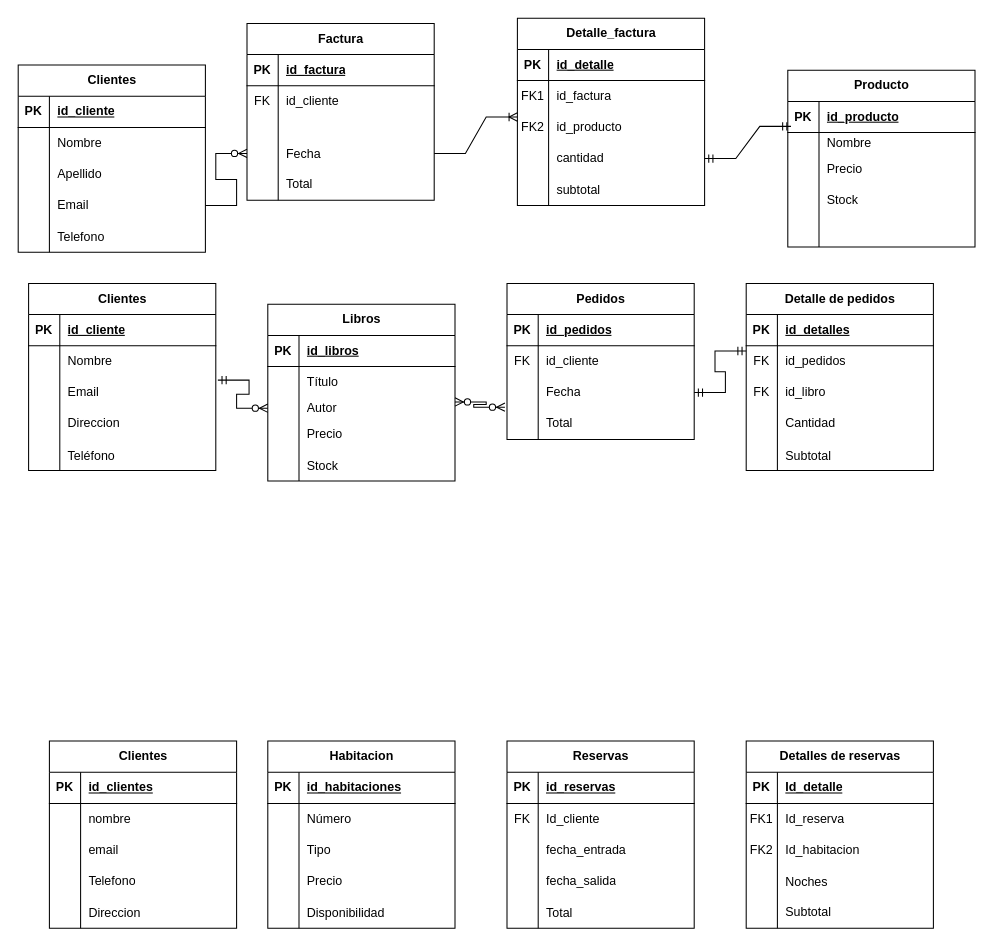
Before: Diagrama sin título.drawio in paulacersofios/ARQUITECTURA, a draw.io diagram. Source tidied: cells renumbered, new cells numbered last; positions are measured from the earlier drawing's top-left corner, leaving out a move shared by most shapes. Both pictures are drawn from the tidied source at 104%, with x=0, y=0 at pixel (18, 18).
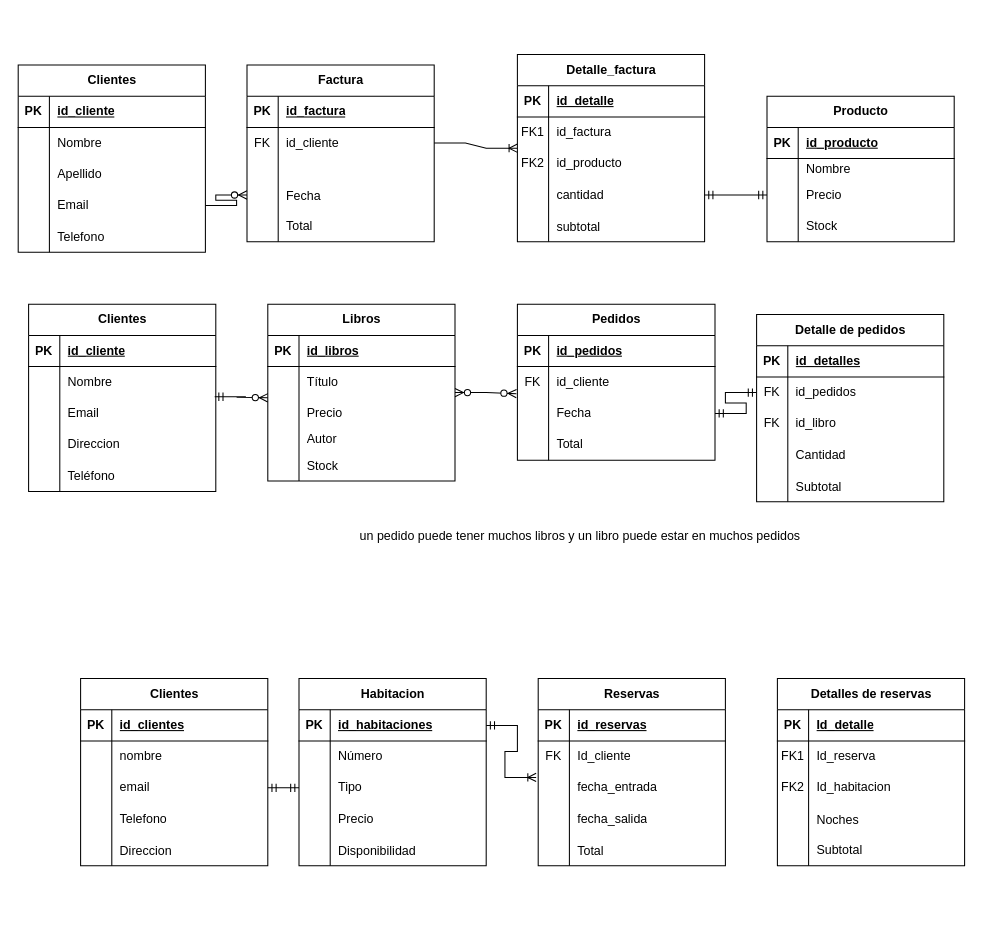
Above is the later version.

The change refers to these unchanged cells:
```xml
<mxCell id="2" value="Clientes" style="shape=table;startSize=30;childLayout=tableLayout;rowLines=0;fontStyle=1;align=center;html=1;" parent="1" vertex="1">
  <mxGeometry y="45" width="180" height="180" as="geometry" />
</mxCell>
<mxCell id="12" style="shape=tableRow;horizontal=0;startSize=0;swimlaneHead=0;swimlaneBody=0;fillColor=none;points=[[0,0.5],[1,0.5]];portConstraint=eastwest;top=0;left=0;right=0;bottom=0;" parent="2" vertex="1">
  <mxGeometry y="120" width="180" height="30" as="geometry" />
</mxCell>
<mxCell id="19" style="shape=tableRow;horizontal=0;startSize=0;swimlaneHead=0;swimlaneBody=0;fillColor=none;points=[[0,0.5],[1,0.5]];portConstraint=eastwest;top=0;left=0;right=0;bottom=1;" parent="18" vertex="1">
  <mxGeometry y="30" width="180" height="30" as="geometry" />
</mxCell>
<mxCell id="25" style="shape=tableRow;horizontal=0;startSize=0;swimlaneHead=0;swimlaneBody=0;fillColor=none;points=[[0,0.5],[1,0.5]];portConstraint=eastwest;top=0;left=0;right=0;bottom=0;" parent="18" vertex="1">
  <mxGeometry y="80" width="180" height="30" as="geometry" />
</mxCell>
<mxCell id="38" style="shape=tableRow;horizontal=0;startSize=0;swimlaneHead=0;swimlaneBody=0;fillColor=none;points=[[0,0.5],[1,0.5]];portConstraint=eastwest;top=0;left=0;right=0;bottom=0;" parent="34" vertex="1">
  <mxGeometry y="60" width="180" height="30" as="geometry" />
</mxCell>
<mxCell id="44" style="shape=tableRow;horizontal=0;startSize=0;swimlaneHead=0;swimlaneBody=0;fillColor=none;points=[[0,0.5],[1,0.5]];portConstraint=eastwest;top=0;left=0;right=0;bottom=0;" parent="34" vertex="1">
  <mxGeometry y="110" width="180" height="30" as="geometry" />
</mxCell>
<mxCell id="60" style="shape=tableRow;horizontal=0;startSize=0;swimlaneHead=0;swimlaneBody=0;fillColor=none;points=[[0,0.5],[1,0.5]];portConstraint=eastwest;top=0;left=0;right=0;bottom=0;" parent="50" vertex="1">
  <mxGeometry y="120" width="180" height="30" as="geometry" />
</mxCell>
<mxCell id="70" style="shape=tableRow;horizontal=0;startSize=0;swimlaneHead=0;swimlaneBody=0;fillColor=none;points=[[0,0.5],[1,0.5]];portConstraint=eastwest;top=0;left=0;right=0;bottom=0;" parent="66" vertex="1">
  <mxGeometry y="60" width="180" height="30" as="geometry" />
</mxCell>
<mxCell id="95" value="Libros" style="shape=table;startSize=30;childLayout=tableLayout;rowLines=0;fontStyle=1;align=center;html=1;" parent="1" vertex="1">
  <mxGeometry x="240" y="275" width="180" height="170" as="geometry" />
</mxCell>
<mxCell id="118" style="shape=tableRow;horizontal=0;startSize=0;swimlaneHead=0;swimlaneBody=0;fillColor=none;points=[[0,0.5],[1,0.5]];portConstraint=eastwest;top=0;left=0;right=0;bottom=0;" parent="111" vertex="1">
  <mxGeometry y="90" width="180" height="30" as="geometry" />
</mxCell>
<mxCell id="153" style="shape=tableRow;horizontal=0;startSize=0;swimlaneHead=0;swimlaneBody=0;fillColor=none;points=[[0,0.5],[1,0.5]];portConstraint=eastwest;top=0;left=0;right=0;bottom=0;" parent="146" vertex="1">
  <mxGeometry y="90" width="180" height="30" as="geometry" />
</mxCell>
<mxCell id="169" style="shape=tableRow;horizontal=0;startSize=0;swimlaneHead=0;swimlaneBody=0;fillColor=none;points=[[0,0.5],[1,0.5]];portConstraint=eastwest;top=0;left=0;right=0;bottom=0;" parent="162" vertex="1">
  <mxGeometry y="90" width="180" height="30" as="geometry" />
</mxCell>
<mxCell id="185" style="shape=tableRow;horizontal=0;startSize=0;swimlaneHead=0;swimlaneBody=0;fillColor=none;points=[[0,0.5],[1,0.5]];portConstraint=eastwest;top=0;left=0;right=0;bottom=0;" parent="178" vertex="1">
  <mxGeometry y="90" width="180" height="30" as="geometry" />
</mxCell>
```

Change to the diagram source:
```diff
@@
     <mxCell id="18" value="Producto" style="shape=table;startSize=30;childLayout=tableLayout;rowLines=0;fontStyle=1;align=center;html=1;" parent="1" vertex="1">
-      <mxGeometry x="740" y="50" width="180" height="170" as="geometry" />
+      <mxGeometry x="720" y="75" width="180" height="140" as="geometry" />
     </mxCell>
@@
-    <mxCell id="31" style="shape=tableRow;horizontal=0;startSize=0;swimlaneHead=0;swimlaneBody=0;fillColor=none;top=0;left=0;right=0;bottom=0;" parent="18" vertex="1">
-      <mxGeometry y="140" width="180" height="30" as="geometry" />
-    </mxCell>
-    <mxCell id="32" style="shape=partialRectangle;fillColor=none;top=0;left=0;bottom=0;right=0;overflow=hidden;" parent="31" vertex="1">
-      <mxGeometry width="30" height="30" as="geometry" />
-    </mxCell>
-    <mxCell id="33" style="shape=partialRectangle;fillColor=none;top=0;left=0;bottom=0;right=0;align=left;spacingLeft=6;overflow=hidden;" parent="31" vertex="1">
-      <mxGeometry x="30" width="150" height="30" as="geometry" />
-    </mxCell>
     <mxCell id="34" value="Factura" style="shape=table;startSize=30;childLayout=tableLayout;rowLines=0;fontStyle=1;align=center;html=1;" parent="1" vertex="1">
-      <mxGeometry x="220" y="5" width="180" height="170" as="geometry" />
+      <mxGeometry x="220" y="45" width="180" height="170" as="geometry" />
     </mxCell>
@@
     <mxCell id="50" value="Detalle_factura" style="shape=table;startSize=30;childLayout=tableLayout;rowLines=0;fontStyle=1;align=center;html=1;" parent="1" vertex="1">
-      <mxGeometry x="480" width="180" height="180" as="geometry" />
+      <mxGeometry x="480" y="35" width="180" height="180" as="geometry" />
     </mxCell>
@@
     <mxCell id="66" value="Detalle de pedidos" style="shape=table;startSize=30;childLayout=tableLayout;rowLines=0;fontStyle=1;align=center;html=1;" parent="1" vertex="1">
-      <mxGeometry x="700" y="255" width="180" height="180" as="geometry" />
+      <mxGeometry x="710" y="285" width="180" height="180" as="geometry" />
     </mxCell>
@@
     <mxCell id="82" value="Pedidos" style="shape=table;startSize=30;childLayout=tableLayout;rowLines=0;fontStyle=1;align=center;html=1;" parent="1" vertex="1">
-      <mxGeometry x="470" y="255" width="180" height="150" as="geometry" />
+      <mxGeometry x="480" y="275" width="190" height="150" as="geometry" />
     </mxCell>
     <mxCell id="83" style="shape=tableRow;horizontal=0;startSize=0;swimlaneHead=0;swimlaneBody=0;fillColor=none;top=0;left=0;right=0;bottom=1;" parent="82" vertex="1">
-      <mxGeometry y="30" width="180" height="30" as="geometry" />
+      <mxGeometry y="30" width="190" height="30" as="geometry" />
     </mxCell>
@@
     <mxCell id="85" value="id_pedidos" style="shape=partialRectangle;fillColor=none;top=0;left=0;bottom=0;right=0;align=left;spacingLeft=6;fontStyle=5;overflow=hidden;whiteSpace=wrap;html=1;" parent="83" vertex="1">
-      <mxGeometry x="30" width="150" height="30" as="geometry" />
+      <mxGeometry x="30" width="160" height="30" as="geometry" />
     </mxCell>
     <mxCell id="86" style="shape=tableRow;horizontal=0;startSize=0;swimlaneHead=0;swimlaneBody=0;fillColor=none;points=[[0,0.5],[1,0.5]];portConstraint=eastwest;top=0;left=0;right=0;bottom=0;" parent="82" vertex="1">
-      <mxGeometry y="60" width="180" height="30" as="geometry" />
+      <mxGeometry y="60" width="190" height="30" as="geometry" />
     </mxCell>
@@
     <mxCell id="88" value="id_cliente" style="shape=partialRectangle;fillColor=none;top=0;left=0;bottom=0;right=0;align=left;spacingLeft=6;overflow=hidden;whiteSpace=wrap;html=1;" parent="86" vertex="1">
-      <mxGeometry x="30" width="150" height="30" as="geometry" />
+      <mxGeometry x="30" width="160" height="30" as="geometry" />
     </mxCell>
     <mxCell id="89" style="shape=tableRow;horizontal=0;startSize=0;swimlaneHead=0;swimlaneBody=0;fillColor=none;points=[[0,0.5],[1,0.5]];portConstraint=eastwest;top=0;left=0;right=0;bottom=0;" parent="82" vertex="1">
-      <mxGeometry y="90" width="180" height="30" as="geometry" />
+      <mxGeometry y="90" width="190" height="30" as="geometry" />
     </mxCell>
@@
     <mxCell id="91" value="Fecha" style="shape=partialRectangle;fillColor=none;top=0;left=0;bottom=0;right=0;align=left;spacingLeft=6;overflow=hidden;whiteSpace=wrap;html=1;" parent="89" vertex="1">
-      <mxGeometry x="30" width="150" height="30" as="geometry" />
+      <mxGeometry x="30" width="160" height="30" as="geometry" />
     </mxCell>
     <mxCell id="92" style="shape=tableRow;horizontal=0;startSize=0;swimlaneHead=0;swimlaneBody=0;fillColor=none;points=[[0,0.5],[1,0.5]];portConstraint=eastwest;top=0;left=0;right=0;bottom=0;" parent="82" vertex="1">
-      <mxGeometry y="120" width="180" height="30" as="geometry" />
+      <mxGeometry y="120" width="190" height="30" as="geometry" />
     </mxCell>
@@
     <mxCell id="94" value="Total" style="shape=partialRectangle;fillColor=none;top=0;left=0;bottom=0;right=0;align=left;spacingLeft=6;overflow=hidden;whiteSpace=wrap;html=1;" parent="92" vertex="1">
-      <mxGeometry x="30" width="150" height="30" as="geometry" />
+      <mxGeometry x="30" width="160" height="30" as="geometry" />
     </mxCell>
@@
+    <mxCell id="105" style="shape=tableRow;horizontal=0;startSize=0;swimlaneHead=0;swimlaneBody=0;fillColor=none;top=0;left=0;right=0;bottom=0;" parent="95" vertex="1">
+      <mxGeometry y="90" width="180" height="30" as="geometry" />
+    </mxCell>
+    <mxCell id="106" style="shape=partialRectangle;fillColor=none;top=0;left=0;bottom=0;right=0;overflow=hidden;whiteSpace=wrap;html=1;" parent="105" vertex="1">
+      <mxGeometry width="30" height="30" as="geometry" />
+    </mxCell>
+    <mxCell id="107" value="Precio" style="shape=partialRectangle;fillColor=none;top=0;left=0;bottom=0;right=0;align=left;spacingLeft=6;overflow=hidden;whiteSpace=wrap;html=1;" parent="105" vertex="1">
+      <mxGeometry x="30" width="150" height="30" as="geometry" />
+    </mxCell>
     <mxCell id="102" style="shape=tableRow;horizontal=0;startSize=0;swimlaneHead=0;swimlaneBody=0;fillColor=none;points=[[0,0.5],[1,0.5]];portConstraint=eastwest;top=0;left=0;right=0;bottom=0;" parent="95" vertex="1">
-      <mxGeometry y="90" width="180" height="20" as="geometry" />
+      <mxGeometry y="120" width="180" height="20" as="geometry" />
     </mxCell>
@@
-    <mxCell id="105" style="shape=tableRow;horizontal=0;startSize=0;swimlaneHead=0;swimlaneBody=0;fillColor=none;top=0;left=0;right=0;bottom=0;" parent="95" vertex="1">
-      <mxGeometry y="110" width="180" height="30" as="geometry" />
-    </mxCell>
-    <mxCell id="106" style="shape=partialRectangle;fillColor=none;top=0;left=0;bottom=0;right=0;overflow=hidden;whiteSpace=wrap;html=1;" parent="105" vertex="1">
-      <mxGeometry width="30" height="30" as="geometry" />
-    </mxCell>
-    <mxCell id="107" value="Precio" style="shape=partialRectangle;fillColor=none;top=0;left=0;bottom=0;right=0;align=left;spacingLeft=6;overflow=hidden;whiteSpace=wrap;html=1;" parent="105" vertex="1">
-      <mxGeometry x="30" width="150" height="30" as="geometry" />
-    </mxCell>
@@
     <mxCell id="111" value="Clientes" style="shape=table;startSize=30;childLayout=tableLayout;rowLines=0;fontStyle=1;align=center;html=1;" parent="1" vertex="1">
-      <mxGeometry x="10" y="255" width="180" height="180" as="geometry" />
+      <mxGeometry x="10" y="275" width="180" height="180" as="geometry" />
     </mxCell>
@@
-    <mxCell id="127" style="edgeStyle=entityRelationEdgeStyle;fontSize=12;html=1;endArrow=ERzeroToMany;startArrow=ERmandOne;rounded=0;exitX=1.011;exitY=0.1;exitDx=0;exitDy=0;exitPerimeter=0;entryX=0;entryY=0.5;entryDx=0;entryDy=0;" parent="1" edge="1" source="118" target="102">
-      <mxGeometry relative="1" as="geometry" />
+    <mxCell id="127" style="edgeStyle=entityRelationEdgeStyle;fontSize=12;html=1;endArrow=ERzeroToMany;startArrow=ERmandOne;rounded=0;exitX=0.994;exitY=-0.033;exitDx=0;exitDy=0;exitPerimeter=0;" parent="1" edge="1" source="118">
+      <mxGeometry relative="1" as="geometry">
+        <mxPoint x="240" y="365" as="targetPoint" />
+      </mxGeometry>
     </mxCell>
-    <mxCell id="128" style="edgeStyle=entityRelationEdgeStyle;fontSize=12;html=1;endArrow=ERzeroToMany;endFill=1;startArrow=ERzeroToMany;rounded=0;exitX=1;exitY=0.2;exitDx=0;exitDy=0;exitPerimeter=0;entryX=-0.011;entryY=-0.033;entryDx=0;entryDy=0;entryPerimeter=0;" parent="1" edge="1" source="102" target="92">
+    <mxCell id="128" style="edgeStyle=entityRelationEdgeStyle;fontSize=12;html=1;endArrow=ERzeroToMany;endFill=1;startArrow=ERzeroToMany;rounded=0;entryX=-0.005;entryY=0.867;entryDx=0;entryDy=0;entryPerimeter=0;exitX=1;exitY=0.5;exitDx=0;exitDy=0;" parent="1" edge="1" source="95" target="86">
       <mxGeometry relative="1" as="geometry" />
     </mxCell>
-    <mxCell id="129" style="edgeStyle=entityRelationEdgeStyle;fontSize=12;html=1;endArrow=ERmandOne;startArrow=ERmandOne;rounded=0;exitX=1;exitY=0.5;exitDx=0;exitDy=0;" parent="1" edge="1" source="89">
+    <mxCell id="129" style="edgeStyle=entityRelationEdgeStyle;fontSize=12;html=1;endArrow=ERmandOne;startArrow=ERmandOne;rounded=0;exitX=1;exitY=0.5;exitDx=0;exitDy=0;entryX=0;entryY=0.5;entryDx=0;entryDy=0;" parent="1" edge="1" source="89" target="70">
       <mxGeometry relative="1" as="geometry">
-        <mxPoint x="700" y="320" as="targetPoint" />
         <Array as="points">
           <mxPoint x="650" y="355" />
           <mxPoint x="640" y="325" />
         </Array>
       </mxGeometry>
     </mxCell>
     <mxCell id="130" value="Detalles de reservas" style="shape=table;startSize=30;childLayout=tableLayout;rowLines=0;fontStyle=1;align=center;html=1;" parent="1" vertex="1">
-      <mxGeometry x="700" y="695" width="180" height="180" as="geometry" />
+      <mxGeometry x="730" y="635" width="180" height="180" as="geometry" />
     </mxCell>
@@
     <mxCell id="146" value="Habitacion" style="shape=table;startSize=30;childLayout=tableLayout;rowLines=0;fontStyle=1;align=center;html=1;" parent="1" vertex="1">
-      <mxGeometry x="240" y="695" width="180" height="180" as="geometry" />
+      <mxGeometry x="270" y="635" width="180" height="180" as="geometry" />
     </mxCell>
@@
     <mxCell id="162" value="Clientes" style="shape=table;startSize=30;childLayout=tableLayout;rowLines=0;fontStyle=1;align=center;html=1;" parent="1" vertex="1">
-      <mxGeometry x="30" y="695" width="180" height="180" as="geometry" />
+      <mxGeometry x="60" y="635" width="180" height="180" as="geometry" />
     </mxCell>
@@
     <mxCell id="178" value="Reservas" style="shape=table;startSize=30;childLayout=tableLayout;rowLines=0;fontStyle=1;align=center;html=1;" parent="1" vertex="1">
-      <mxGeometry x="470" y="695" width="180" height="180" as="geometry" />
+      <mxGeometry x="500" y="635" width="180" height="180" as="geometry" />
     </mxCell>
@@
-    <mxCell id="194" style="edgeStyle=entityRelationEdgeStyle;fontSize=12;html=1;endArrow=ERoneToMany;rounded=0;exitX=1;exitY=0.5;exitDx=0;exitDy=0;" parent="1" edge="1" source="44">
-      <mxGeometry relative="1" as="geometry">
-        <mxPoint x="480" y="95" as="targetPoint" />
-      </mxGeometry>
+    <mxCell id="194" style="edgeStyle=entityRelationEdgeStyle;fontSize=12;html=1;endArrow=ERoneToMany;rounded=0;exitX=1;exitY=0.5;exitDx=0;exitDy=0;entryX=0;entryY=0.5;entryDx=0;entryDy=0;" parent="1" edge="1" source="38" target="50">
+      <mxGeometry relative="1" as="geometry" />
     </mxCell>
-    <mxCell id="195" style="edgeStyle=entityRelationEdgeStyle;fontSize=12;html=1;endArrow=ERmandOne;startArrow=ERmandOne;rounded=0;entryX=1;entryY=0.5;entryDx=0;entryDy=0;exitX=0.017;exitY=0.8;exitDx=0;exitDy=0;exitPerimeter=0;" parent="1" edge="1" source="19" target="60">
+    <mxCell id="195" style="edgeStyle=entityRelationEdgeStyle;fontSize=12;html=1;endArrow=ERmandOne;startArrow=ERmandOne;rounded=0;entryX=1;entryY=0.5;entryDx=0;entryDy=0;exitX=0;exitY=0.5;exitDx=0;exitDy=0;" parent="1" edge="1" source="25" target="60">
       <mxGeometry relative="1" as="geometry">
         <Array as="points">
-          <mxPoint x="770" y="135" />
-          <mxPoint x="755" y="135" />
-          <mxPoint x="740" y="25" />
-          <mxPoint x="750" y="115" />
-          <mxPoint x="770" y="145" />
+          <mxPoint x="770" y="160" />
+          <mxPoint x="755" y="160" />
+          <mxPoint x="740" y="50" />
+          <mxPoint x="750" y="140" />
+          <mxPoint x="770" y="170" />
         </Array>
       </mxGeometry>
     </mxCell>
-    <mxCell id="196" style="edgeStyle=entityRelationEdgeStyle;fontSize=12;html=1;endArrow=ERzeroToMany;endFill=1;rounded=0;exitX=1;exitY=0.5;exitDx=0;exitDy=0;entryX=0;entryY=0.5;entryDx=0;entryDy=0;" parent="1" edge="1" source="12" target="44">
+    <mxCell id="196" style="edgeStyle=entityRelationEdgeStyle;fontSize=12;html=1;endArrow=ERzeroToMany;endFill=1;rounded=0;entryX=0;entryY=0.5;entryDx=0;entryDy=0;exitX=1;exitY=0.75;exitDx=0;exitDy=0;" parent="1" edge="1" source="2" target="44">
       <mxGeometry relative="1" as="geometry" />
     </mxCell>
+    <mxCell id="197" style="edgeStyle=entityRelationEdgeStyle;fontSize=12;html=1;endArrow=ERmandOne;startArrow=ERmandOne;rounded=0;exitX=1;exitY=0.5;exitDx=0;exitDy=0;entryX=0;entryY=0.5;entryDx=0;entryDy=0;" parent="1" edge="1" source="169" target="153">
+      <mxGeometry relative="1" as="geometry" />
+    </mxCell>
+    <mxCell id="198" style="edgeStyle=entityRelationEdgeStyle;fontSize=12;html=1;endArrow=ERoneToMany;startArrow=ERmandOne;rounded=0;entryX=-0.011;entryY=0.167;entryDx=0;entryDy=0;entryPerimeter=0;exitX=1;exitY=0.25;exitDx=0;exitDy=0;" parent="1" edge="1" source="146" target="185">
+      <mxGeometry relative="1" as="geometry" />
+    </mxCell>
+    <mxCell id="199" value="un pedido puede tener muchos libros y un libro puede estar en muchos pedidos" style="text;html=1;align=center;verticalAlign=middle;strokeColor=none;fillColor=none;rotation=0;" parent="1" vertex="1">
+      <mxGeometry x="315" y="483" width="450" height="30" as="geometry" />
+    </mxCell>
```
